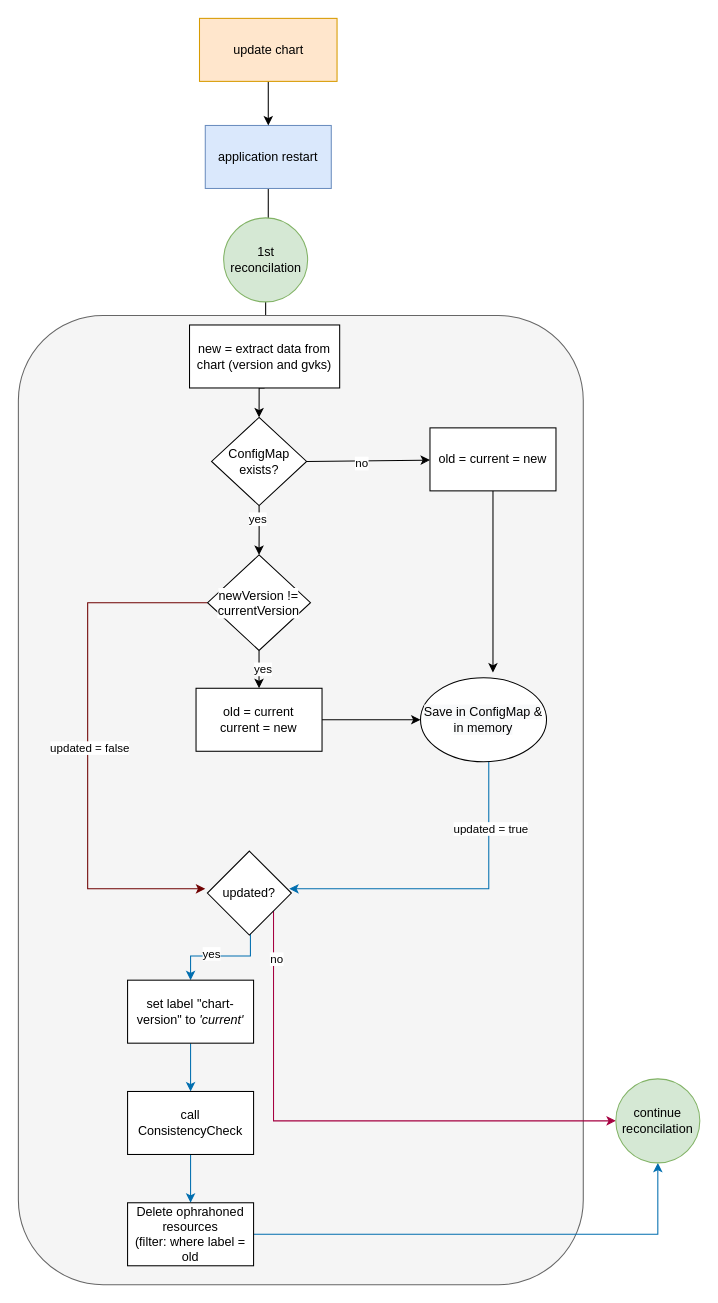
Before: docs/assets/activity_updating.drawio in kyma-project/btp-manager, a draw.io diagram. Source tidied: cells renumbered, new cells numbered last; positions are measured from the earlier drawing's top-left corner, leaving out a move shared by most shapes. Both pictures are drawn from the tidied source at 105%, with x=0, y=0 at pixel (18, 18).
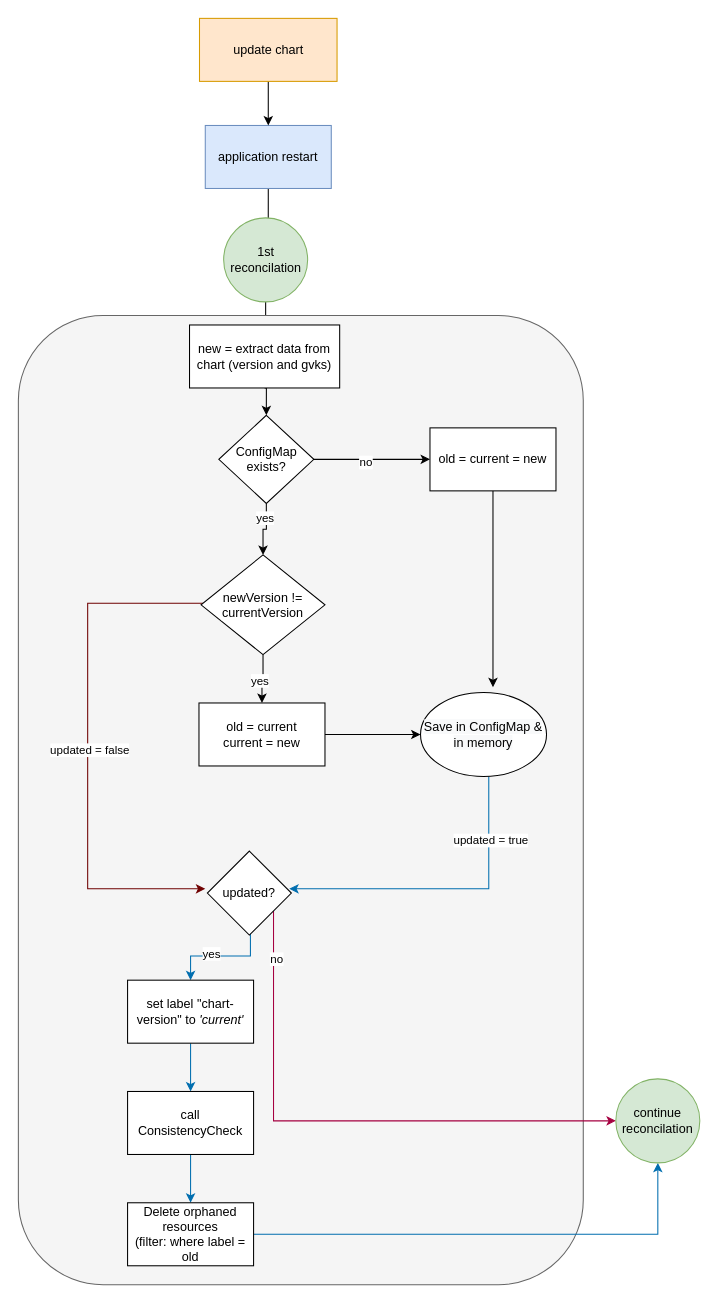
The same page after the edit.

What changed in the source:
```diff
@@
     <mxCell id="15" value="&lt;span style=&quot;color: rgb(0, 0, 0); font-family: Helvetica; font-size: 12px; font-style: normal; font-variant-ligatures: normal; font-variant-caps: normal; font-weight: 400; letter-spacing: normal; orphans: 2; text-align: center; text-indent: 0px; text-transform: none; widows: 2; word-spacing: 0px; -webkit-text-stroke-width: 0px; background-color: rgb(248, 249, 250); text-decoration-thickness: initial; text-decoration-style: initial; text-decoration-color: initial; float: none; display: inline !important;&quot;&gt;Save in ConfigMap &amp;amp; in memory&lt;/span&gt;" style="ellipse;whiteSpace=wrap;html=1;" parent="1" vertex="1">
-      <mxGeometry x="383" y="628" width="120" height="80" as="geometry" />
+      <mxGeometry x="383" y="642" width="120" height="80" as="geometry" />
     </mxCell>
@@
     <mxCell id="17" value="old = current&lt;br&gt;current = new" style="rounded=0;whiteSpace=wrap;html=1;" parent="1" vertex="1">
-      <mxGeometry x="169.2" y="638" width="120" height="60" as="geometry" />
+      <mxGeometry x="172" y="652" width="120" height="60" as="geometry" />
     </mxCell>
@@
     <mxCell id="20" value="ConfigMap exists?" style="rhombus;whiteSpace=wrap;html=1;" parent="1" vertex="1">
-      <mxGeometry x="184" y="380" width="90.5" height="84" as="geometry" />
+      <mxGeometry x="190.9" y="378" width="90.5" height="84" as="geometry" />
     </mxCell>
@@
     <mxCell id="27" value="&lt;span style=&quot;color: rgb(0, 0, 0); font-family: Helvetica; font-size: 12px; font-style: normal; font-variant-ligatures: normal; font-variant-caps: normal; font-weight: 400; letter-spacing: normal; orphans: 2; text-align: center; text-indent: 0px; text-transform: none; widows: 2; word-spacing: 0px; -webkit-text-stroke-width: 0px; background-color: rgb(255, 255, 255); text-decoration-thickness: initial; text-decoration-style: initial; text-decoration-color: initial; float: none; display: inline !important;&quot;&gt;newVersion != currentVersion&lt;/span&gt;" style="rhombus;whiteSpace=wrap;html=1;" parent="1" vertex="1">
-      <mxGeometry x="180.2" y="511" width="98" height="91" as="geometry" />
+      <mxGeometry x="174" y="511" width="118" height="95" as="geometry" />
     </mxCell>
@@
-    <mxCell id="35" value="Delete ophrahoned resources &lt;br&gt;(filter: where label = old" style="rounded=0;whiteSpace=wrap;html=1;" parent="1" vertex="1">
+    <mxCell id="35" value="Delete&amp;nbsp;orphaned resources&lt;br style=&quot;border-color: var(--border-color);&quot;&gt;(filter: where label = old" style="rounded=0;whiteSpace=wrap;html=1;" parent="1" vertex="1">
       <mxGeometry x="104" y="1128" width="120" height="60" as="geometry" />
     </mxCell>
```
